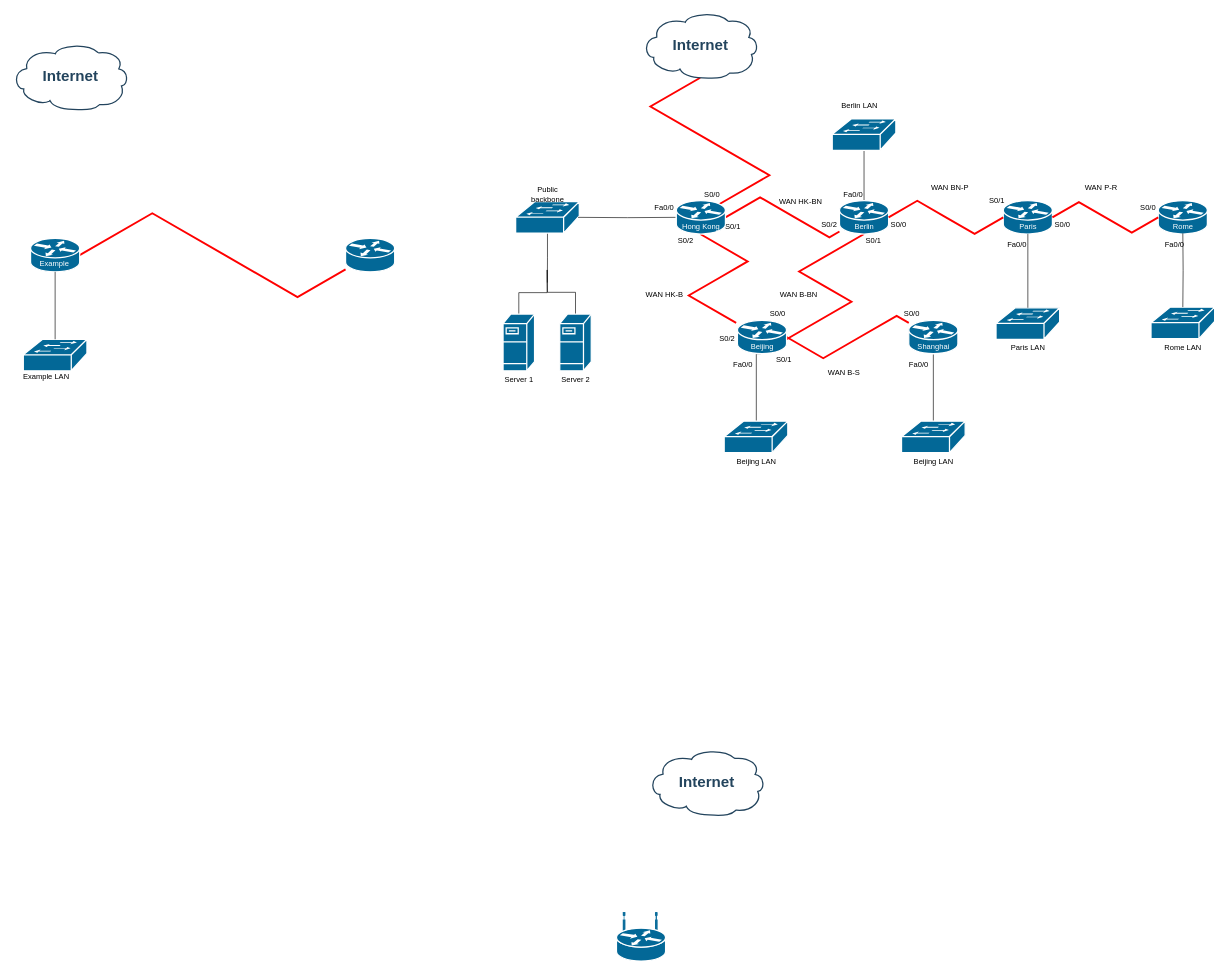
Earlier version of the draw.io diagram Untitled Diagram.drawio (thomasmerta233/draw.io). Source tidied: cells renumbered, new cells numbered last; positions are measured from the earlier drawing's top-left corner, leaving out a move shared by most shapes. Both pictures are drawn from the tidied source at 63%, with x=0, y=0 at pixel (11, 11).
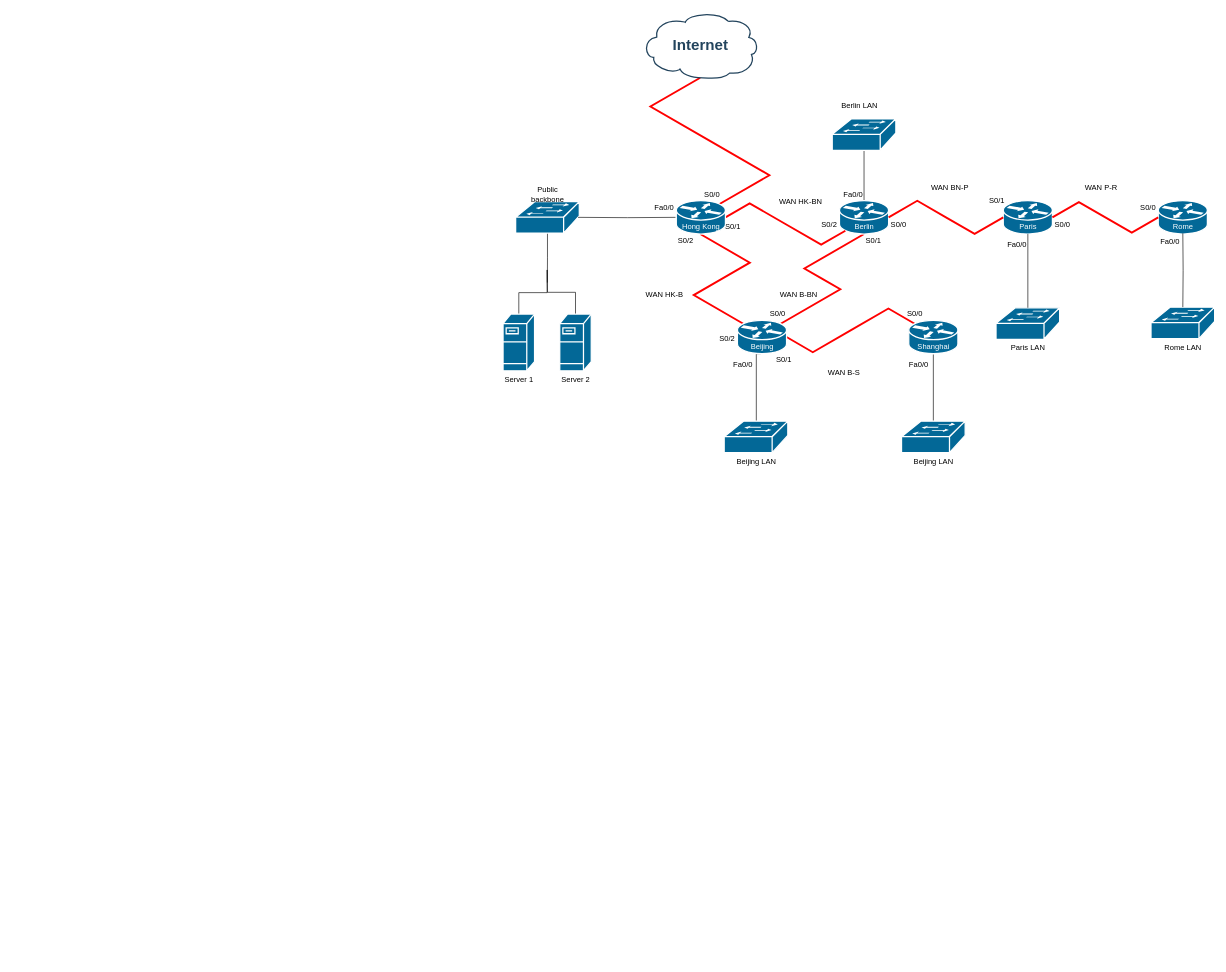
The same diagram, later.

The change refers to these unchanged cells:
```xml
<mxCell id="33" value="Berlin" style="strokeColor=#ffffff;sketch=0;html=1;dashed=0;fillColor=#036897;strokeWidth=2;verticalLabelPosition=bottom;verticalAlign=top;align=center;outlineConnect=0;shape=mxgraph.cisco.routers.router;spacingLeft=0;spacingTop=-25;fontColor=#FFFFFF;" parent="1" vertex="1">
  <mxGeometry x="1314" y="300" width="78" height="53" as="geometry" />
</mxCell>
<mxCell id="35" value="Hong Kong" style="strokeColor=#ffffff;sketch=0;html=1;dashed=0;fillColor=#036897;strokeWidth=2;verticalLabelPosition=bottom;verticalAlign=top;align=center;outlineConnect=0;shape=mxgraph.cisco.routers.router;spacingLeft=0;spacingTop=-25;fontColor=#FFFFFF;" parent="1" vertex="1">
  <mxGeometry x="1055" y="300" width="78" height="53" as="geometry" />
</mxCell>
<mxCell id="54" value="Beijing" style="strokeColor=#ffffff;sketch=0;html=1;dashed=0;fillColor=#036897;strokeWidth=2;verticalLabelPosition=bottom;verticalAlign=top;align=center;outlineConnect=0;shape=mxgraph.cisco.routers.router;spacingLeft=0;spacingTop=-25;fontColor=#FFFFFF;" parent="1" vertex="1">
  <mxGeometry x="1152" y="490" width="78" height="53" as="geometry" />
</mxCell>
<mxCell id="56" value="Shanghai" style="strokeColor=#ffffff;sketch=0;html=1;dashed=0;fillColor=#036897;strokeWidth=2;verticalLabelPosition=bottom;verticalAlign=top;align=center;outlineConnect=0;shape=mxgraph.cisco.routers.router;spacingLeft=0;spacingTop=-25;fontColor=#FFFFFF;" parent="1" vertex="1">
  <mxGeometry x="1424" y="490" width="78" height="53" as="geometry" />
</mxCell>
```

Diff of the diagram source:
```diff
@@
-    <mxCell id="2" value="Internet" style="shape=mxgraph.cisco.storage.cloud;html=1;dashed=0;strokeColor=#23445D;fillColor=#ffffff;strokeWidth=2;fontFamily=Helvetica;fontSize=24;fontColor=#23445D;align=center;fontStyle=1;" parent="1" vertex="1">
-      <mxGeometry y="50" width="186" height="106" as="geometry" />
-    </mxCell>
-    <mxCell id="3" style="edgeStyle=isometricEdgeStyle;rounded=0;jettySize=auto;html=1;exitX=1;exitY=0.5;exitDx=0;exitDy=0;exitPerimeter=0;strokeColor=light-dark(#FF0000,#FF0000);endArrow=none;endFill=0;strokeWidth=3;" parent="1" edge="1" source="4" target="5">
-      <mxGeometry relative="1" as="geometry" />
-    </mxCell>
-    <mxCell id="4" style="strokeColor=#ffffff;sketch=0;html=1;dashed=0;fillColor=#036897;strokeWidth=2;verticalLabelPosition=bottom;verticalAlign=top;align=center;outlineConnect=0;shape=mxgraph.cisco.routers.router;" parent="1" vertex="1">
-      <mxGeometry x="30" y="360" width="78" height="53" as="geometry" />
-    </mxCell>
-    <mxCell id="5" style="strokeColor=#ffffff;sketch=0;html=1;dashed=0;fillColor=#036897;strokeWidth=2;verticalLabelPosition=bottom;verticalAlign=top;align=center;outlineConnect=0;shape=mxgraph.cisco.routers.router;" parent="1" vertex="1">
-      <mxGeometry x="530" y="360" width="78" height="53" as="geometry" />
-    </mxCell>
-    <mxCell id="6" style="strokeColor=#ffffff;sketch=0;html=1;dashed=0;fillColor=#036897;strokeWidth=2;verticalLabelPosition=bottom;verticalAlign=top;align=center;outlineConnect=0;shape=mxgraph.cisco.switches.workgroup_switch;" parent="1" vertex="1">
-      <mxGeometry x="18.5" y="520" width="101" height="50" as="geometry" />
-    </mxCell>
-    <mxCell id="7" style="edgeStyle=orthogonalEdgeStyle;rounded=0;jettySize=auto;html=1;exitX=0.5;exitY=1;exitDx=0;exitDy=0;exitPerimeter=0;entryX=0.5;entryY=0;entryDx=0;entryDy=0;entryPerimeter=0;endArrow=none;endFill=0;" parent="1" edge="1" source="4" target="6">
-      <mxGeometry relative="1" as="geometry" />
-    </mxCell>
-    <mxCell id="8" value="Example LAN" style="text;html=1;whiteSpace=wrap;strokeColor=none;fillColor=none;align=center;verticalAlign=middle;rounded=0;" parent="1" vertex="1">
-      <mxGeometry x="10" y="570" width="90" height="20" as="geometry" />
-    </mxCell>
-    <mxCell id="9" value="Example" style="text;html=1;whiteSpace=wrap;align=center;verticalAlign=middle;rounded=0;fontColor=#FFFFFF;" parent="1" vertex="1">
-      <mxGeometry x="38" y="390" width="60" height="20" as="geometry" />
-    </mxCell>
@@
-    <mxCell id="14" style="edgeStyle=isometricEdgeStyle;rounded=0;orthogonalLoop=1;jettySize=auto;html=1;exitX=0.5;exitY=1;exitDx=0;exitDy=0;exitPerimeter=0;strokeWidth=3;strokeColor=#FF0000;elbow=vertical;endArrow=none;endFill=0;" parent="1" edge="1">
+    <mxCell id="14" style="edgeStyle=isometricEdgeStyle;rounded=0;jettySize=auto;html=1;exitX=0.5;exitY=1;exitDx=0;exitDy=0;exitPerimeter=0;strokeWidth=3;strokeColor=#FF0000;elbow=vertical;endArrow=none;endFill=0;entryX=0.12;entryY=0.1;entryDx=0;entryDy=0;entryPerimeter=0;" parent="1" edge="1" target="54">
       <mxGeometry relative="1" as="geometry">
         <mxPoint x="1093" y="353" as="sourcePoint" />
-        <mxPoint x="1150" y="494" as="targetPoint" />
       </mxGeometry>
     </mxCell>
@@
-    <mxCell id="32" style="edgeStyle=isometricEdgeStyle;rounded=0;jettySize=auto;html=1;exitX=0.5;exitY=1;exitDx=0;exitDy=0;exitPerimeter=0;strokeWidth=3;strokeColor=#FF0000;endArrow=none;endFill=0;" parent="1" edge="1" source="33">
-      <mxGeometry relative="1" as="geometry">
-        <mxPoint x="1230" y="520" as="targetPoint" />
-      </mxGeometry>
+    <mxCell id="32" style="edgeStyle=isometricEdgeStyle;rounded=0;jettySize=auto;html=1;exitX=0.5;exitY=1;exitDx=0;exitDy=0;exitPerimeter=0;strokeWidth=3;strokeColor=#FF0000;endArrow=none;endFill=0;entryX=0.88;entryY=0.1;entryDx=0;entryDy=0;entryPerimeter=0;" parent="1" edge="1" source="33" target="54">
+      <mxGeometry relative="1" as="geometry" />
     </mxCell>
@@
-    <mxCell id="34" style="edgeStyle=isometricEdgeStyle;rounded=0;jettySize=auto;html=1;exitX=1;exitY=0.5;exitDx=0;exitDy=0;exitPerimeter=0;strokeColor=#FF0000;strokeWidth=3;endArrow=none;endFill=0;" parent="1" edge="1" source="35" target="33">
+    <mxCell id="34" style="edgeStyle=isometricEdgeStyle;rounded=0;jettySize=auto;html=1;exitX=1;exitY=0.5;exitDx=0;exitDy=0;exitPerimeter=0;strokeColor=#FF0000;strokeWidth=3;endArrow=none;endFill=0;entryX=0.12;entryY=0.9;entryDx=0;entryDy=0;entryPerimeter=0;" parent="1" edge="1" source="35" target="33">
       <mxGeometry relative="1" as="geometry" />
     </mxCell>
@@
-    <mxCell id="53" style="edgeStyle=isometricEdgeStyle;rounded=0;jettySize=auto;html=1;exitX=1;exitY=0.5;exitDx=0;exitDy=0;exitPerimeter=0;strokeWidth=3;endArrow=none;endFill=0;strokeColor=#FF0000;elbow=vertical;" parent="1" edge="1" source="54" target="56">
+    <mxCell id="53" style="edgeStyle=isometricEdgeStyle;rounded=0;jettySize=auto;html=1;exitX=1;exitY=0.5;exitDx=0;exitDy=0;exitPerimeter=0;strokeWidth=3;endArrow=none;endFill=0;strokeColor=#FF0000;elbow=vertical;entryX=0.12;entryY=0.1;entryDx=0;entryDy=0;entryPerimeter=0;" parent="1" edge="1" source="54" target="56">
       <mxGeometry relative="1" as="geometry" />
     </mxCell>
@@
     <mxCell id="59" value="Fa0/0" style="text;html=1;whiteSpace=wrap;strokeColor=none;fillColor=none;align=center;verticalAlign=middle;rounded=0;" parent="1" vertex="1">
-      <mxGeometry x="1830" y="360" width="32" height="20" as="geometry" />
+      <mxGeometry x="1823" y="355" width="32" height="20" as="geometry" />
     </mxCell>
@@
     <mxCell id="63" value="S0/0" style="text;html=1;whiteSpace=wrap;strokeColor=none;fillColor=none;align=center;verticalAlign=middle;rounded=0;" parent="1" vertex="1">
-      <mxGeometry x="1412.5" y="469" width="32" height="20" as="geometry" />
+      <mxGeometry x="1418" y="469" width="32" height="20" as="geometry" />
     </mxCell>
@@
-    <mxCell id="69" value="Internet" style="shape=mxgraph.cisco.storage.cloud;html=1;dashed=0;strokeColor=#23445D;fillColor=#ffffff;strokeWidth=2;fontFamily=Helvetica;fontSize=24;fontColor=#23445D;align=center;fontStyle=1;" parent="1" vertex="1">
-      <mxGeometry x="1010" y="1170" width="186" height="106" as="geometry" />
-    </mxCell>
-    <mxCell id="70" style="strokeColor=#ffffff;sketch=0;html=1;dashed=0;fillColor=#036897;strokeWidth=2;verticalLabelPosition=bottom;verticalAlign=top;align=center;shape=mxgraph.cisco.routers.wireless_router;" parent="1" vertex="1">
-      <mxGeometry x="960" y="1430" width="78" height="77" as="geometry" />
-    </mxCell>
```
